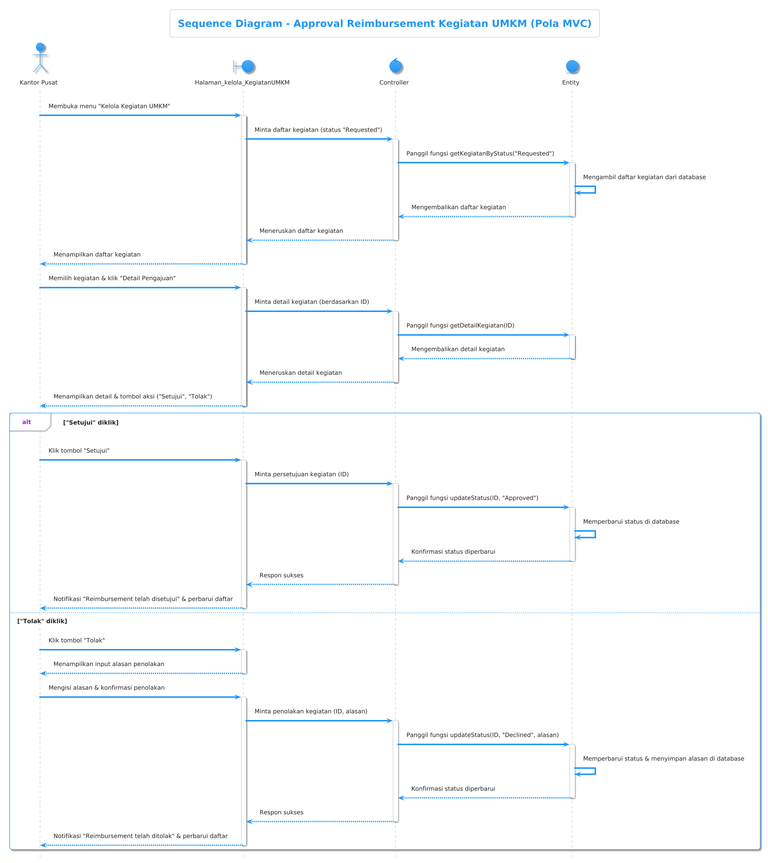
Above: sequence/kelola kegiatan umkm/detail data dan reimburse/detail data dan reimburse seq.png in Mrmgnt/diagram-kp (PlantUML), before the change.
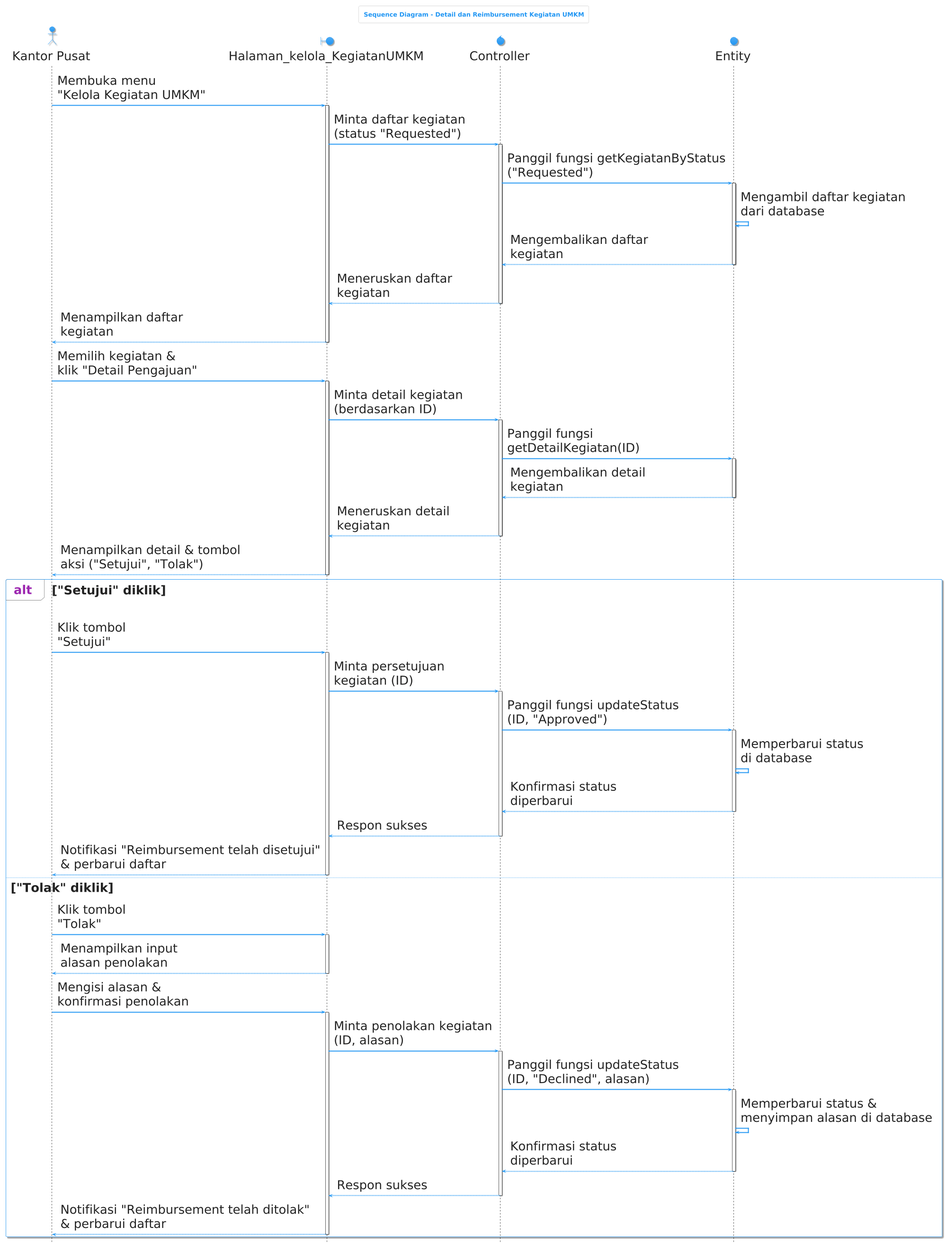
The same diagram one commit later.

Change to the diagram source:
```diff
@@ -1,7 +1,17 @@
 @startuml
 !theme materia
+scale max 1920 width
+skinparam defaultFontSize 40
+skinparam ParticipantPadding 30
+skinparam BoxPadding 20
+skinparam ActorPadding 20
+skinparam ActorFontSize 40
+skinparam ParticipantFontSize 40
+skinparam SequenceParticipantBorderThickness 2
+skinparam SequenceLifeLineBorderColor Black
+skinparam SequenceLifeLineBorderThickness 2
 
-title Sequence Diagram - Approval Reimbursement Kegiatan UMKM (Pola MVC)
+title Sequence Diagram - Detail dan Reimbursement Kegiatan UMKM
 hide footbox
 
 actor "Kantor Pusat" as Pengguna
@@ -9,71 +19,71 @@
 control "Controller" as Controller
 entity "Entity" as Entity
 
-Pengguna -> Halaman_kelola_KegiatanUMKM: Membuka menu "Kelola Kegiatan UMKM"
+Pengguna -> Halaman_kelola_KegiatanUMKM: Membuka menu\n"Kelola Kegiatan UMKM"
 activate Halaman_kelola_KegiatanUMKM
 
-Halaman_kelola_KegiatanUMKM -> Controller: Minta daftar kegiatan (status "Requested")
+Halaman_kelola_KegiatanUMKM -> Controller: Minta daftar kegiatan\n(status "Requested")
 activate Controller
 
-Controller -> Entity: Panggil fungsi getKegiatanByStatus("Requested")
+Controller -> Entity: Panggil fungsi getKegiatanByStatus\n("Requested")
 activate Entity
-Entity -> Entity: Mengambil daftar kegiatan dari database
-Entity --> Controller: Mengembalikan daftar kegiatan
+Entity -> Entity: Mengambil daftar kegiatan\ndari database
+Entity --> Controller: Mengembalikan daftar\nkegiatan
 deactivate Entity
 
-Controller --> Halaman_kelola_KegiatanUMKM: Meneruskan daftar kegiatan
+Controller --> Halaman_kelola_KegiatanUMKM: Meneruskan daftar\nkegiatan
 deactivate Controller
 
-Halaman_kelola_KegiatanUMKM --> Pengguna: Menampilkan daftar kegiatan
+Halaman_kelola_KegiatanUMKM --> Pengguna: Menampilkan daftar\nkegiatan
 deactivate Halaman_kelola_KegiatanUMKM
 
-Pengguna -> Halaman_kelola_KegiatanUMKM: Memilih kegiatan & klik "Detail Pengajuan"
+Pengguna -> Halaman_kelola_KegiatanUMKM: Memilih kegiatan &\nklik "Detail Pengajuan"
 activate Halaman_kelola_KegiatanUMKM
 
-Halaman_kelola_KegiatanUMKM -> Controller: Minta detail kegiatan (berdasarkan ID)
+Halaman_kelola_KegiatanUMKM -> Controller: Minta detail kegiatan\n(berdasarkan ID)
 activate Controller
-Controller -> Entity: Panggil fungsi getDetailKegiatan(ID)
+Controller -> Entity: Panggil fungsi\ngetDetailKegiatan(ID)
 activate Entity
-Entity --> Controller: Mengembalikan detail kegiatan
+Entity --> Controller: Mengembalikan detail\nkegiatan
 deactivate Entity
-Controller --> Halaman_kelola_KegiatanUMKM: Meneruskan detail kegiatan
+Controller --> Halaman_kelola_KegiatanUMKM: Meneruskan detail\nkegiatan
 deactivate Controller
 
-Halaman_kelola_KegiatanUMKM --> Pengguna: Menampilkan detail & tombol aksi ("Setujui", "Tolak")
+Halaman_kelola_KegiatanUMKM --> Pengguna: Menampilkan detail & tombol\naksi ("Setujui", "Tolak")
 deactivate Halaman_kelola_KegiatanUMKM
 
 alt "Setujui" diklik
-    Pengguna -> Halaman_kelola_KegiatanUMKM: Klik tombol "Setujui"
+    Pengguna -> Halaman_kelola_KegiatanUMKM: Klik tombol\n"Setujui"
     activate Halaman_kelola_KegiatanUMKM
-    Halaman_kelola_KegiatanUMKM -> Controller: Minta persetujuan kegiatan (ID)
+    Halaman_kelola_KegiatanUMKM -> Controller: Minta persetujuan\nkegiatan (ID)
     activate Controller
-    Controller -> Entity: Panggil fungsi updateStatus(ID, "Approved")
+    Controller -> Entity: Panggil fungsi updateStatus\n(ID, "Approved")
     activate Entity
-    Entity -> Entity: Memperbarui status di database
-    Entity --> Controller: Konfirmasi status diperbarui
+    Entity -> Entity: Memperbarui status\ndi database
+    Entity --> Controller: Konfirmasi status\ndiperbarui
     deactivate Entity
     Controller --> Halaman_kelola_KegiatanUMKM: Respon sukses
     deactivate Controller
-    Halaman_kelola_KegiatanUMKM --> Pengguna: Notifikasi "Reimbursement telah disetujui" & perbarui daftar
+    Halaman_kelola_KegiatanUMKM --> Pengguna: Notifikasi "Reimbursement telah disetujui"\n& perbarui daftar
     deactivate Halaman_kelola_KegiatanUMKM
 else "Tolak" diklik
-    Pengguna -> Halaman_kelola_KegiatanUMKM: Klik tombol "Tolak"
+    Pengguna -> Halaman_kelola_KegiatanUMKM: Klik tombol\n"Tolak"
     activate Halaman_kelola_KegiatanUMKM
-    Halaman_kelola_KegiatanUMKM --> Pengguna: Menampilkan input alasan penolakan
+    Halaman_kelola_KegiatanUMKM --> Pengguna: Menampilkan input\nalasan penolakan
     deactivate Halaman_kelola_KegiatanUMKM
 
-    Pengguna -> Halaman_kelola_KegiatanUMKM: Mengisi alasan & konfirmasi penolakan
+    Pengguna -> Halaman_kelola_KegiatanUMKM: Mengisi alasan &\nkonfirmasi penolakan
     activate Halaman_kelola_KegiatanUMKM
-    Halaman_kelola_KegiatanUMKM -> Controller: Minta penolakan kegiatan (ID, alasan)
+    Halaman_kelola_KegiatanUMKM -> Controller: Minta penolakan kegiatan\n(ID, alasan)
     activate Controller
-    Controller -> Entity: Panggil fungsi updateStatus(ID, "Declined", alasan)
+    Controller -> Entity: Panggil fungsi updateStatus\n(ID, "Declined", alasan)
     activate Entity
-    Entity -> Entity: Memperbarui status & menyimpan alasan di database
-    Entity --> Controller: Konfirmasi status diperbarui
+    Entity -> Entity: Memperbarui status &\nmenyimpan alasan di database
+    Entity --> Controller: Konfirmasi status\ndiperbarui
     deactivate Entity
     Controller --> Halaman_kelola_KegiatanUMKM: Respon sukses
     deactivate Controller
-    Halaman_kelola_KegiatanUMKM --> Pengguna: Notifikasi "Reimbursement telah ditolak" & perbarui daftar
+    Halaman_kelola_KegiatanUMKM --> Pengguna: Notifikasi "Reimbursement telah ditolak"\n& perbarui daftar
     deactivate Halaman_kelola_KegiatanUMKM
 end
 @enduml
```
